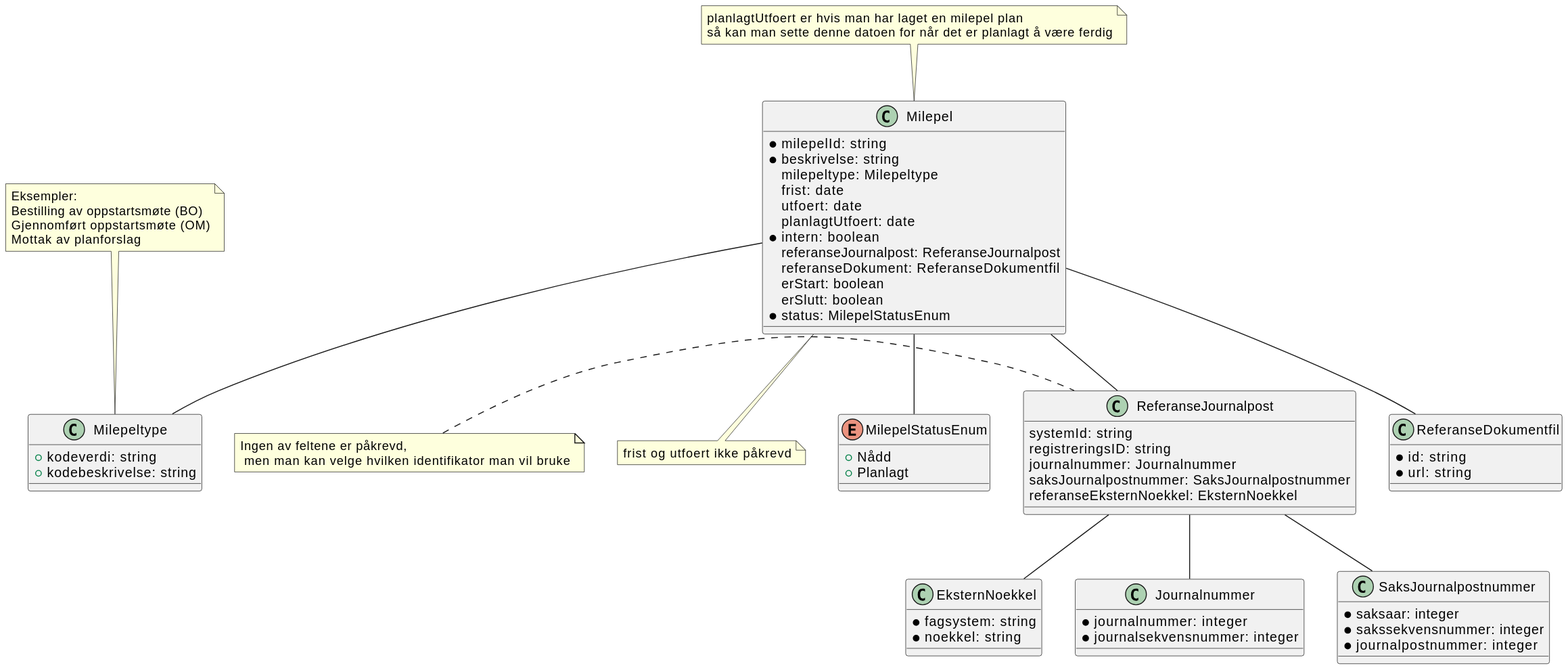
Above: Dokumentasjon/V1/ClassDiagrams/no.ks.fiks.saksfaser.v1.felles.milepel/classdiagram.svg in ks-no/fiks-saksfaser-specification (PlantUML), before the change.
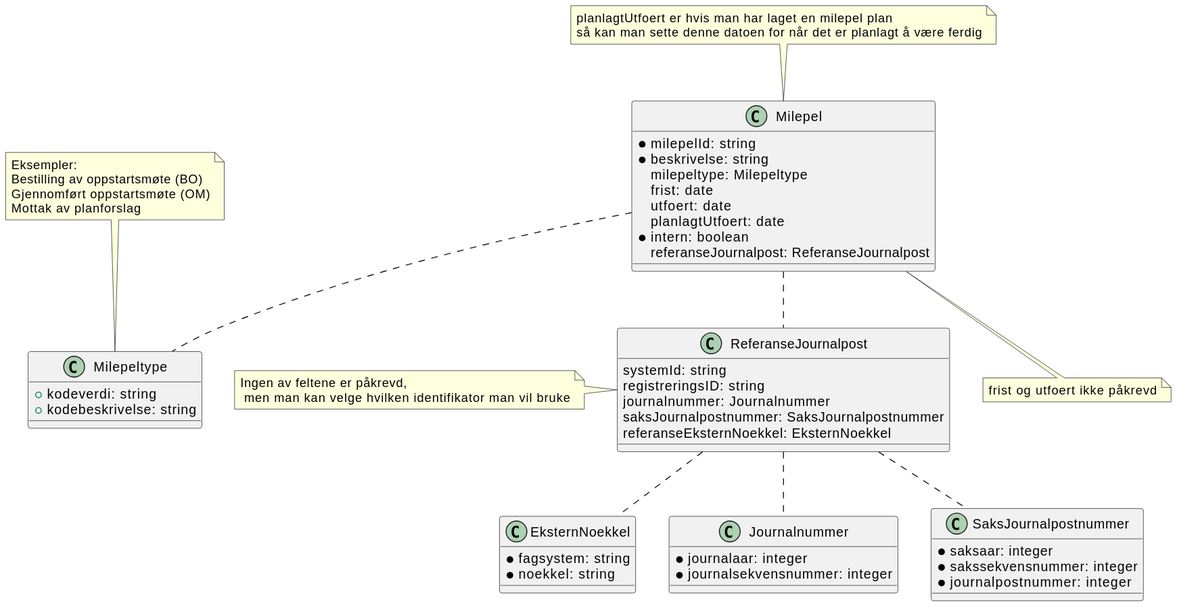
After the change.

The edit, as a diff of the source:
```diff
@@ -3,7 +3,6 @@
 !include ./../no.ks.fiks.saksfaser.v1.felles.journalnummer/classdiagram.pu
 !include ./../no.ks.fiks.saksfaser.v1.felles.referansejournalpost/classdiagram.pu
 !include ./../no.ks.fiks.saksfaser.v1.felles.saksjournalpostnummer/classdiagram.pu
-!include ./../no.ks.fiks.saksfaser.v1.felles.referansedokumentfil/classdiagram.pu
 
 
 class Milepel {
@@ -15,15 +14,11 @@
     planlagtUtfoert: date
     *intern: boolean
     referanseJournalpost: ReferanseJournalpost
-    referanseDokument: ReferanseDokumentfil
-    erStart: boolean
-    erSlutt: boolean
-    *status: MilepelStatusEnum
 }
 
 note top of Milepel : planlagtUtfoert er hvis man har laget en milepel plan \nså kan man sette denne datoen for når det er planlagt å være ferdig
 
-Milepel -- Milepeltype
+Milepel .. Milepeltype
 
 note top of Milepeltype : Eksempler: \nBestilling av oppstartsmøte (BO)\nGjennomført oppstartsmøte (OM)\nMottak av planforslag
 
@@ -35,19 +30,9 @@
     +kodebeskrivelse: string
 }
 
-Milepel -- ReferanseJournalpost
-Milepel -- ReferanseDokumentfil
+Milepel .. ReferanseJournalpost
 
-class ReferanseDokumentfil {
-}
-
-Milepel -- MilepelStatusEnum
-ReferanseJournalpost -- EksternNoekkel
-ReferanseJournalpost -- SaksJournalpostnummer
-ReferanseJournalpost -- Journalnummer
-
-enum MilepelStatusEnum {
-    +Nådd
-    +Planlagt
-}
+ReferanseJournalpost .. EksternNoekkel
+ReferanseJournalpost .. SaksJournalpostnummer
+ReferanseJournalpost .. Journalnummer
 @enduml
```
